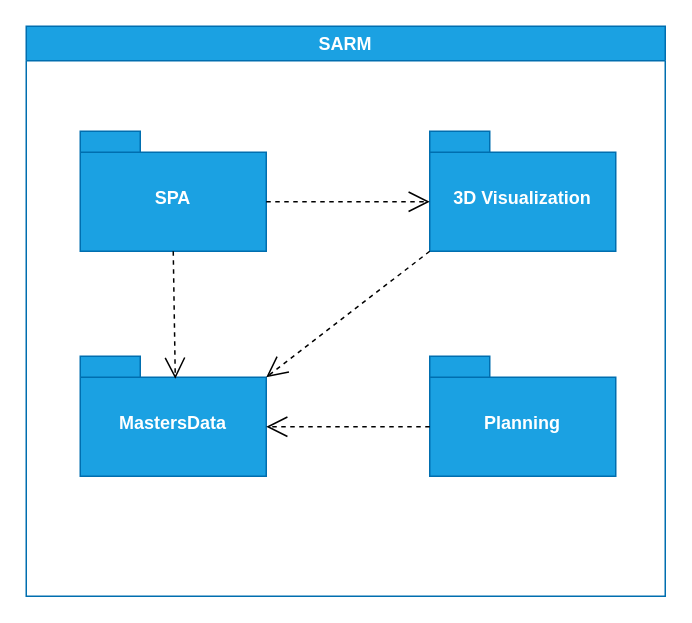
Rodrick0209/ISEP-SEM5PI-24-25 keeps this draw.io diagram as docs/L2/Implementation_View.drawio. Above is the earlier version. Source tidied: cells renumbered, new cells numbered last; positions are measured from the earlier drawing's top-left corner, leaving out a move shared by most shapes. Both pictures are drawn from the tidied source at 150%, with x=0, y=0 at pixel (26, 26).
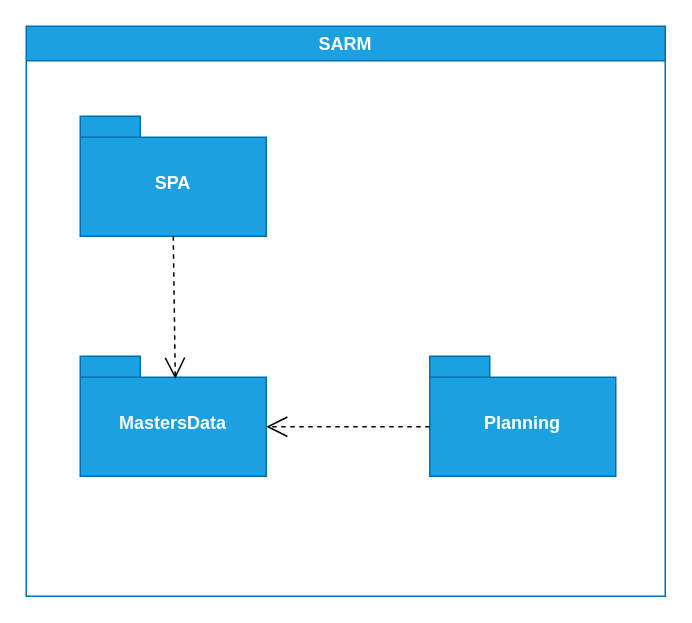
The same diagram, later.

Commit message (it also covers changes not shown here):
Updated diagrams to remove 3D (because 3D is a component of SPA) #25

Diff of the diagram source:
```diff
@@
 <mxGraphModel>
   <root>
     <mxCell id="0" />
     <mxCell id="1" parent="0" />
     <mxCell id="2" value="SARM" style="swimlane;whiteSpace=wrap;html=1;fillColor=#1ba1e2;fontColor=#ffffff;strokeColor=#006EAF;startSize=23;" parent="1" vertex="1">
       <mxGeometry width="426" height="380" as="geometry" />
     </mxCell>
     <mxCell id="3" value="SPA" style="shape=folder;fontStyle=1;spacingTop=10;tabWidth=40;tabHeight=14;tabPosition=left;html=1;whiteSpace=wrap;fillColor=#1ba1e2;fontColor=#ffffff;strokeColor=#006EAF;" parent="2" vertex="1">
-      <mxGeometry x="36" y="70" width="124" height="80" as="geometry" />
+      <mxGeometry x="36" y="60" width="124" height="80" as="geometry" />
     </mxCell>
     <mxCell id="4" value="Planning" style="shape=folder;fontStyle=1;spacingTop=10;tabWidth=40;tabHeight=14;tabPosition=left;html=1;whiteSpace=wrap;fillColor=#1ba1e2;fontColor=#ffffff;strokeColor=#006EAF;" parent="2" vertex="1">
       <mxGeometry x="269" y="220" width="124" height="80" as="geometry" />
     </mxCell>
     <mxCell id="5" value="MastersData" style="shape=folder;fontStyle=1;spacingTop=10;tabWidth=40;tabHeight=14;tabPosition=left;html=1;whiteSpace=wrap;fillColor=#1ba1e2;fontColor=#ffffff;strokeColor=#006EAF;" parent="2" vertex="1">
       <mxGeometry x="36" y="220" width="124" height="80" as="geometry" />
     </mxCell>
-    <mxCell id="6" value="3D Visualization" style="shape=folder;fontStyle=1;spacingTop=10;tabWidth=40;tabHeight=14;tabPosition=left;html=1;whiteSpace=wrap;fillColor=#1ba1e2;fontColor=#ffffff;strokeColor=#006EAF;" parent="2" vertex="1">
-      <mxGeometry x="269" y="70" width="124" height="80" as="geometry" />
-    </mxCell>
-    <mxCell id="7" value="&lt;div&gt;&lt;br&gt;&lt;/div&gt;&lt;div&gt;&lt;br&gt;&lt;/div&gt;" style="endArrow=open;endSize=12;dashed=1;html=1;rounded=0;exitX=0;exitY=0;exitDx=124;exitDy=47;exitPerimeter=0;entryX=0;entryY=0;entryDx=0;entryDy=47;entryPerimeter=0;" parent="2" edge="1" source="3" target="6">
-      <mxGeometry relative="1" as="geometry" />
-    </mxCell>
     <mxCell id="8" value="&lt;div&gt;&lt;br&gt;&lt;/div&gt;&lt;div&gt;&lt;br&gt;&lt;/div&gt;" style="endArrow=open;endSize=12;dashed=1;html=1;rounded=0;exitX=0;exitY=0;exitDx=0;exitDy=47;exitPerimeter=0;entryX=0;entryY=0;entryDx=124;entryDy=47;entryPerimeter=0;" parent="2" edge="1" source="4" target="5">
       <mxGeometry relative="1" as="geometry" />
     </mxCell>
-    <mxCell id="9" value="&lt;div&gt;&lt;br&gt;&lt;/div&gt;&lt;div&gt;&lt;br&gt;&lt;/div&gt;" style="endArrow=open;endSize=12;dashed=1;html=1;rounded=0;entryX=0;entryY=0;entryDx=124;entryDy=14;entryPerimeter=0;exitX=0;exitY=0;exitDx=0;exitDy=80;exitPerimeter=0;" parent="2" edge="1" source="6" target="5">
-      <mxGeometry relative="1" as="geometry" />
-    </mxCell>
     <mxCell id="10" value="&lt;div&gt;&lt;br&gt;&lt;/div&gt;&lt;div&gt;&lt;br&gt;&lt;/div&gt;" style="endArrow=open;endSize=12;dashed=1;html=1;rounded=0;exitX=0.5;exitY=1;exitDx=0;exitDy=0;exitPerimeter=0;entryX=0.511;entryY=0.188;entryDx=0;entryDy=0;entryPerimeter=0;" parent="2" edge="1" source="3" target="5">
       <mxGeometry relative="1" as="geometry" />
     </mxCell>
   </root>
 </mxGraphModel>
```
